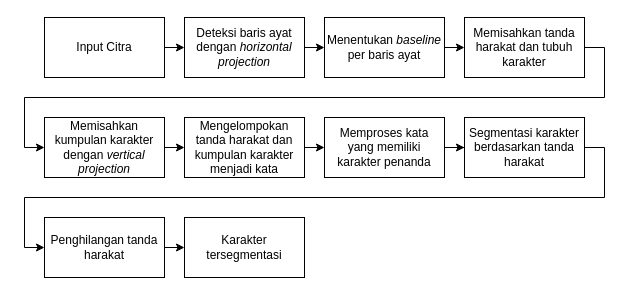
This is drawio/Full Blok Diagram.drawio from bashatahamal/test, a draw.io file, before an edit. Source tidied: cells renumbered, new cells numbered last; positions are measured from the earlier drawing's top-left corner, leaving out a move shared by most shapes. Both pictures are drawn from the tidied source at 100%, with x=0, y=0 at pixel (44, 17).
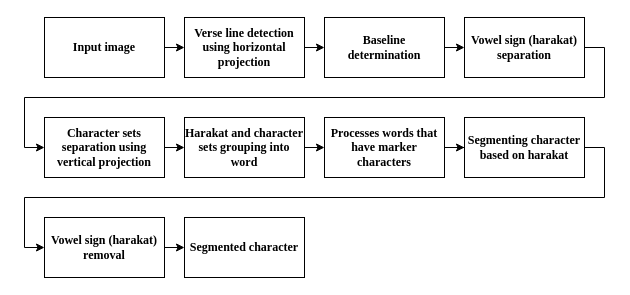
The same page after the edit.

Change to the diagram source:
```diff
@@
-    <mxCell id="2" style="edgeStyle=orthogonalEdgeStyle;rounded=0;jettySize=auto;html=1;exitX=1;exitY=0.5;exitDx=0;exitDy=0;entryX=0;entryY=0.5;entryDx=0;entryDy=0;" parent="1" edge="1" source="3" target="7">
+    <mxCell id="2" style="edgeStyle=orthogonalEdgeStyle;rounded=0;jettySize=auto;html=1;exitX=1;exitY=0.5;exitDx=0;exitDy=0;entryX=0;entryY=0.5;entryDx=0;entryDy=0;fontStyle=1;fontFamily=Liberation Serif;" parent="1" edge="1" source="3" target="7">
       <mxGeometry relative="1" as="geometry" />
     </mxCell>
-    <mxCell id="3" value="Deteksi baris ayat dengan &lt;i&gt;horizontal projection&lt;/i&gt;" style="rounded=0;whiteSpace=wrap;html=1;" parent="1" vertex="1">
+    <mxCell id="3" value="Verse line detection using horizontal projection" style="rounded=0;whiteSpace=wrap;html=1;fontStyle=1;fontFamily=Liberation Serif;" parent="1" vertex="1">
       <mxGeometry x="140" width="120" height="60" as="geometry" />
     </mxCell>
-    <mxCell id="4" style="edgeStyle=orthogonalEdgeStyle;rounded=0;jettySize=auto;html=1;exitX=1;exitY=0.5;exitDx=0;exitDy=0;entryX=0;entryY=0.5;entryDx=0;entryDy=0;" parent="1" edge="1" source="5" target="3">
+    <mxCell id="4" style="edgeStyle=orthogonalEdgeStyle;rounded=0;jettySize=auto;html=1;exitX=1;exitY=0.5;exitDx=0;exitDy=0;entryX=0;entryY=0.5;entryDx=0;entryDy=0;fontStyle=1;fontFamily=Liberation Serif;" parent="1" edge="1" source="5" target="3">
       <mxGeometry relative="1" as="geometry" />
     </mxCell>
-    <mxCell id="5" value="Input Citra" style="rounded=0;whiteSpace=wrap;html=1;" parent="1" vertex="1">
+    <mxCell id="5" value="Input image" style="rounded=0;whiteSpace=wrap;html=1;fontStyle=1;fontFamily=Liberation Serif;" parent="1" vertex="1">
       <mxGeometry width="120" height="60" as="geometry" />
     </mxCell>
-    <mxCell id="6" style="edgeStyle=orthogonalEdgeStyle;rounded=0;jettySize=auto;html=1;exitX=1;exitY=0.5;exitDx=0;exitDy=0;entryX=0;entryY=0.5;entryDx=0;entryDy=0;" parent="1" edge="1" source="7" target="9">
+    <mxCell id="6" style="edgeStyle=orthogonalEdgeStyle;rounded=0;jettySize=auto;html=1;exitX=1;exitY=0.5;exitDx=0;exitDy=0;entryX=0;entryY=0.5;entryDx=0;entryDy=0;fontStyle=1;fontFamily=Liberation Serif;" parent="1" edge="1" source="7" target="9">
       <mxGeometry relative="1" as="geometry" />
     </mxCell>
-    <mxCell id="7" value="Menentukan &lt;i&gt;baseline &lt;/i&gt;per baris ayat" style="rounded=0;whiteSpace=wrap;html=1;" parent="1" vertex="1">
+    <mxCell id="7" value="Baseline determination" style="rounded=0;whiteSpace=wrap;html=1;fontStyle=1;fontFamily=Liberation Serif;" parent="1" vertex="1">
       <mxGeometry x="280" width="120" height="60" as="geometry" />
     </mxCell>
-    <mxCell id="8" style="edgeStyle=orthogonalEdgeStyle;rounded=0;jettySize=auto;html=1;exitX=1;exitY=0.5;exitDx=0;exitDy=0;entryX=0;entryY=0.5;entryDx=0;entryDy=0;" parent="1" edge="1" source="9" target="11">
+    <mxCell id="8" style="edgeStyle=orthogonalEdgeStyle;rounded=0;jettySize=auto;html=1;exitX=1;exitY=0.5;exitDx=0;exitDy=0;entryX=0;entryY=0.5;entryDx=0;entryDy=0;fontStyle=1;fontFamily=Liberation Serif;" parent="1" edge="1" source="9" target="11">
       <mxGeometry relative="1" as="geometry" />
     </mxCell>
-    <mxCell id="9" value="Memisahkan tanda harakat dan tubuh karakter" style="rounded=0;whiteSpace=wrap;html=1;" parent="1" vertex="1">
+    <mxCell id="9" value="Vowel sign (harakat) separation" style="rounded=0;whiteSpace=wrap;html=1;fontStyle=1;fontFamily=Liberation Serif;" parent="1" vertex="1">
       <mxGeometry x="420" width="120" height="60" as="geometry" />
     </mxCell>
-    <mxCell id="10" style="edgeStyle=orthogonalEdgeStyle;rounded=0;jettySize=auto;html=1;exitX=1;exitY=0.5;exitDx=0;exitDy=0;entryX=0;entryY=0.5;entryDx=0;entryDy=0;" parent="1" edge="1" source="11" target="13">
+    <mxCell id="10" style="edgeStyle=orthogonalEdgeStyle;rounded=0;jettySize=auto;html=1;exitX=1;exitY=0.5;exitDx=0;exitDy=0;entryX=0;entryY=0.5;entryDx=0;entryDy=0;fontStyle=1;fontFamily=Liberation Serif;" parent="1" edge="1" source="11" target="13">
       <mxGeometry relative="1" as="geometry" />
     </mxCell>
-    <mxCell id="11" value="Memisahkan kumpulan karakter dengan &lt;i&gt;vertical projection&lt;/i&gt;" style="rounded=0;whiteSpace=wrap;html=1;" parent="1" vertex="1">
+    <mxCell id="11" value="Character sets separation using vertical projection" style="rounded=0;whiteSpace=wrap;html=1;fontStyle=1;fontFamily=Liberation Serif;" parent="1" vertex="1">
       <mxGeometry y="100" width="120" height="60" as="geometry" />
     </mxCell>
-    <mxCell id="12" style="edgeStyle=orthogonalEdgeStyle;rounded=0;jettySize=auto;html=1;exitX=1;exitY=0.5;exitDx=0;exitDy=0;entryX=0;entryY=0.5;entryDx=0;entryDy=0;" parent="1" edge="1" source="13" target="15">
+    <mxCell id="12" style="edgeStyle=orthogonalEdgeStyle;rounded=0;jettySize=auto;html=1;exitX=1;exitY=0.5;exitDx=0;exitDy=0;entryX=0;entryY=0.5;entryDx=0;entryDy=0;fontStyle=1;fontFamily=Liberation Serif;" parent="1" edge="1" source="13" target="15">
       <mxGeometry relative="1" as="geometry" />
     </mxCell>
-    <mxCell id="13" value="Mengelompokan tanda harakat dan kumpulan karakter menjadi kata" style="rounded=0;whiteSpace=wrap;html=1;" parent="1" vertex="1">
+    <mxCell id="13" value="Harakat and character sets grouping into word" style="rounded=0;whiteSpace=wrap;html=1;fontStyle=1;fontFamily=Liberation Serif;" parent="1" vertex="1">
       <mxGeometry x="140" y="100" width="120" height="60" as="geometry" />
     </mxCell>
-    <mxCell id="14" style="edgeStyle=orthogonalEdgeStyle;rounded=0;jettySize=auto;html=1;exitX=1;exitY=0.5;exitDx=0;exitDy=0;" parent="1" edge="1" source="15" target="17">
+    <mxCell id="14" style="edgeStyle=orthogonalEdgeStyle;rounded=0;jettySize=auto;html=1;exitX=1;exitY=0.5;exitDx=0;exitDy=0;fontStyle=1;fontFamily=Liberation Serif;" parent="1" edge="1" source="15" target="17">
       <mxGeometry relative="1" as="geometry" />
     </mxCell>
-    <mxCell id="15" value="Memproses kata yang memiliki karakter penanda" style="rounded=0;whiteSpace=wrap;html=1;" parent="1" vertex="1">
+    <mxCell id="15" value="Processes words that have marker characters" style="rounded=0;whiteSpace=wrap;html=1;fontStyle=1;fontFamily=Liberation Serif;" parent="1" vertex="1">
       <mxGeometry x="280" y="100" width="120" height="60" as="geometry" />
     </mxCell>
-    <mxCell id="16" style="edgeStyle=orthogonalEdgeStyle;rounded=0;jettySize=auto;html=1;exitX=1;exitY=0.5;exitDx=0;exitDy=0;entryX=0;entryY=0.5;entryDx=0;entryDy=0;" parent="1" edge="1" source="17" target="19">
+    <mxCell id="16" style="edgeStyle=orthogonalEdgeStyle;rounded=0;jettySize=auto;html=1;exitX=1;exitY=0.5;exitDx=0;exitDy=0;entryX=0;entryY=0.5;entryDx=0;entryDy=0;fontStyle=1;fontFamily=Liberation Serif;" parent="1" edge="1" source="17" target="19">
       <mxGeometry relative="1" as="geometry" />
     </mxCell>
-    <mxCell id="17" value="Segmentasi karakter berdasarkan tanda harakat" style="rounded=0;whiteSpace=wrap;html=1;" parent="1" vertex="1">
+    <mxCell id="17" value="Segmenting character based on harakat" style="rounded=0;whiteSpace=wrap;html=1;fontStyle=1;fontFamily=Liberation Serif;" parent="1" vertex="1">
       <mxGeometry x="420" y="100" width="120" height="60" as="geometry" />
     </mxCell>
-    <mxCell id="18" style="edgeStyle=orthogonalEdgeStyle;rounded=0;jettySize=auto;html=1;exitX=1;exitY=0.5;exitDx=0;exitDy=0;entryX=0;entryY=0.5;entryDx=0;entryDy=0;" parent="1" edge="1" source="19" target="20">
+    <mxCell id="18" style="edgeStyle=orthogonalEdgeStyle;rounded=0;jettySize=auto;html=1;exitX=1;exitY=0.5;exitDx=0;exitDy=0;entryX=0;entryY=0.5;entryDx=0;entryDy=0;fontStyle=1;fontFamily=Liberation Serif;" parent="1" edge="1" source="19" target="20">
       <mxGeometry relative="1" as="geometry" />
     </mxCell>
-    <mxCell id="19" value="Penghilangan tanda harakat" style="rounded=0;whiteSpace=wrap;html=1;" parent="1" vertex="1">
+    <mxCell id="19" value="Vowel sign (harakat) removal" style="rounded=0;whiteSpace=wrap;html=1;fontStyle=1;fontFamily=Liberation Serif;" parent="1" vertex="1">
       <mxGeometry y="200" width="120" height="60" as="geometry" />
     </mxCell>
-    <mxCell id="20" value="Karakter tersegmentasi" style="rounded=0;whiteSpace=wrap;html=1;" parent="1" vertex="1">
+    <mxCell id="20" value="Segmented character" style="rounded=0;whiteSpace=wrap;html=1;fontStyle=1;fontFamily=Liberation Serif;" parent="1" vertex="1">
       <mxGeometry x="140" y="200" width="120" height="60" as="geometry" />
     </mxCell>
```
